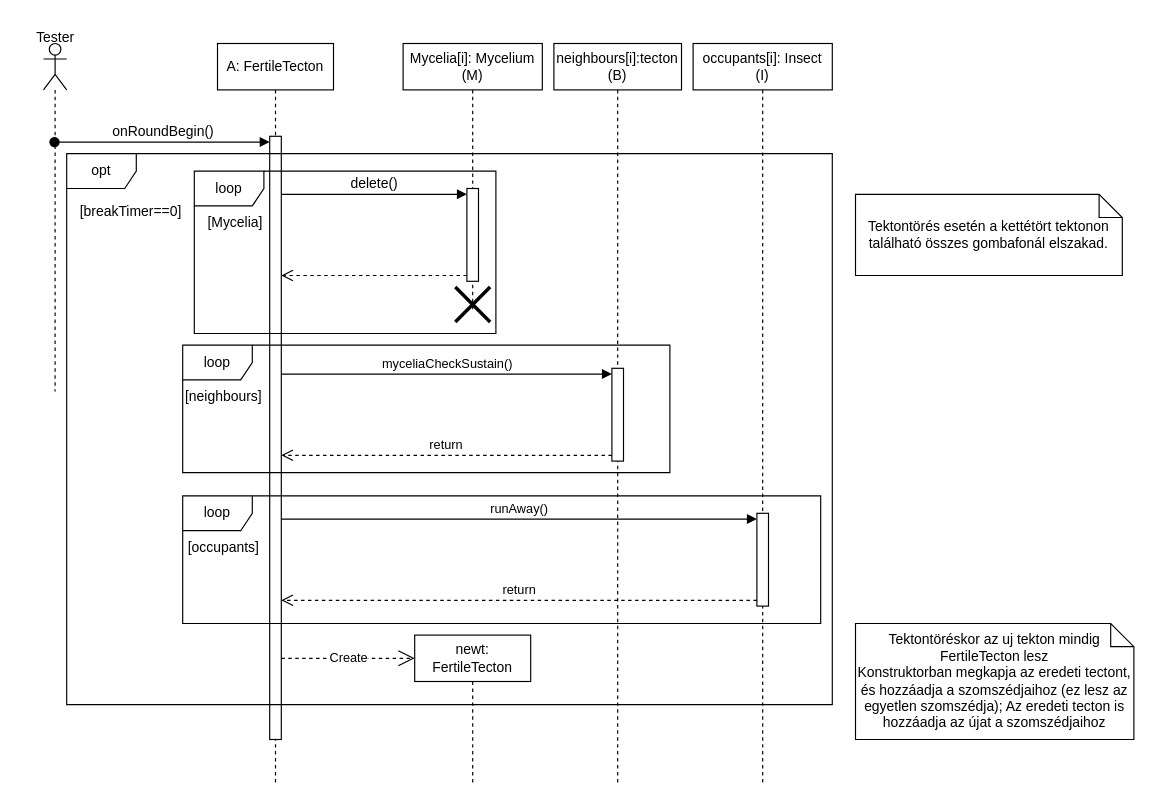
Earlier version of the draw.io diagram page "TectonBreakSeq" (4 of 22) of BJ komm. és szekv. diagrammok.drawio (koharzsombor/bandITs). Source tidied: cells renumbered, new cells numbered last; positions are measured from the earlier drawing's top-left corner, leaving out a move shared by most shapes. Both pictures are drawn from the tidied source at 116%, with x=0, y=0 at pixel (20, 20).
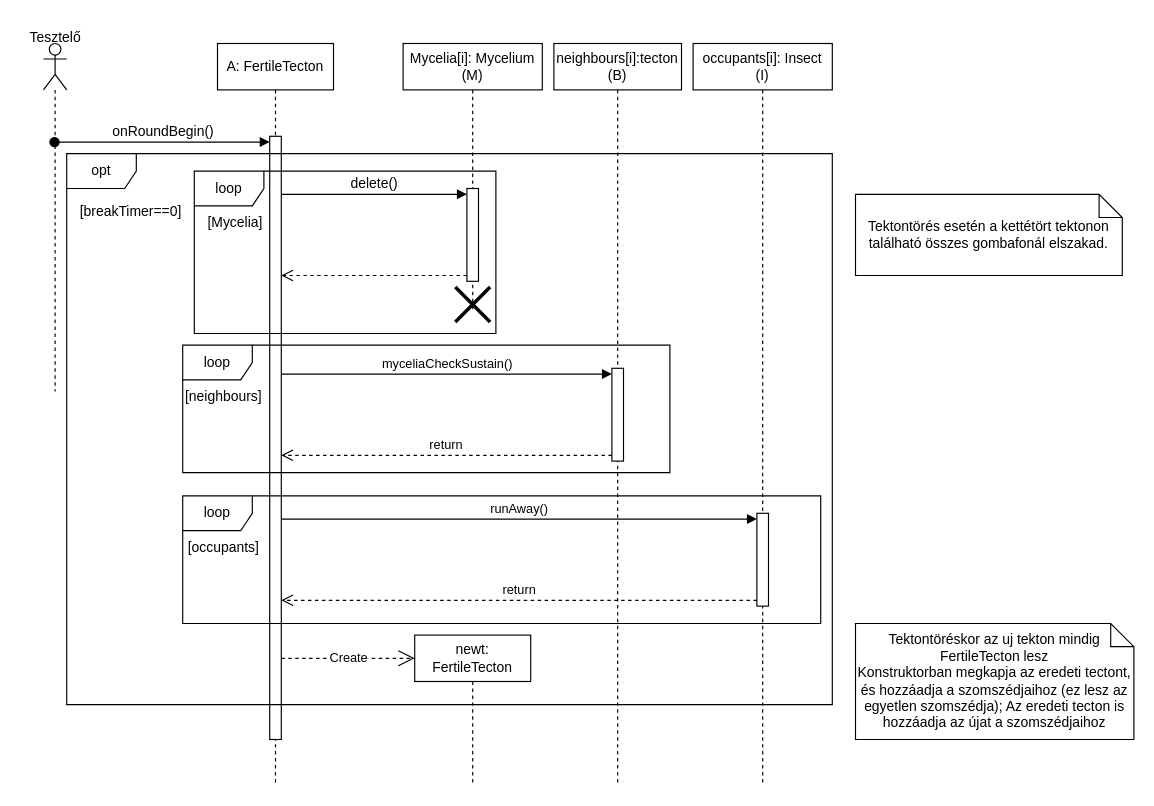
The same diagram, later.

Change to the diagram source:
```diff
@@
-    <mxCell id="30" value="Tester" style="text;html=1;align=center;verticalAlign=middle;strokeColor=none;fillColor=none;" parent="1" vertex="1">
+    <mxCell id="30" value="Tesztelő" style="text;html=1;align=center;verticalAlign=middle;strokeColor=none;fillColor=none;" parent="1" vertex="1">
       <mxGeometry width="60" height="30" as="geometry" />
     </mxCell>
```
